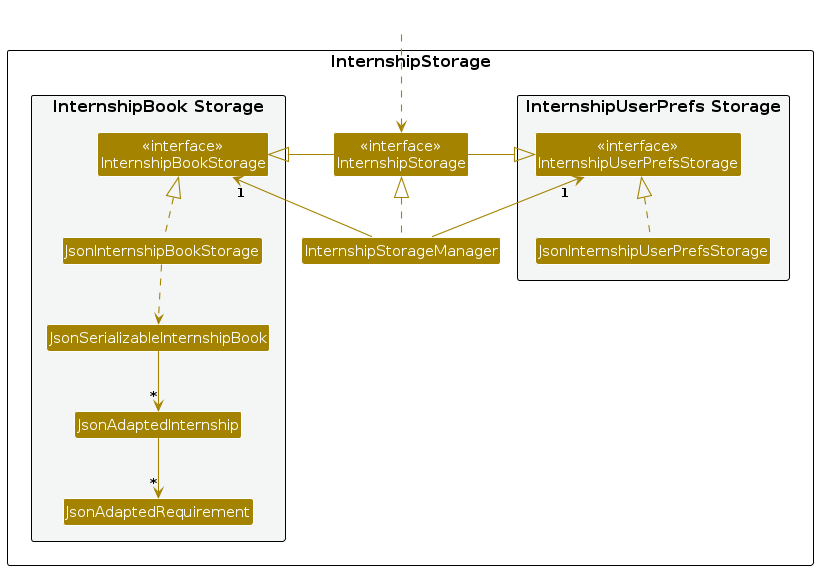
Earlier version of the PlantUML export diagrams/StorageClassDiagram.png (AY2324S1-CS2103T-W17-1/tp). Its source is kept beside it as diagrams/StorageClassDiagram.puml.
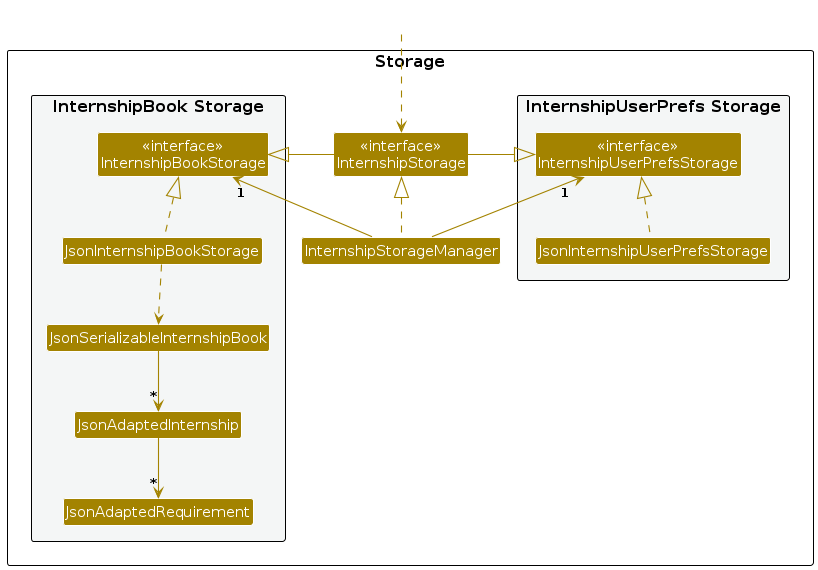
After the commit.

The edit, as a diff of the source:
```diff
@@ -4,7 +4,7 @@
 skinparam arrowColor STORAGE_COLOR
 skinparam classBackgroundColor STORAGE_COLOR
 
-package InternshipStorage as StoragePackage {
+package Storage as StoragePackage {
 
 package "InternshipUserPrefs Storage" #F4F6F6{
 Class "<<interface>>\nInternshipUserPrefsStorage" as UserPrefsStorage
```
